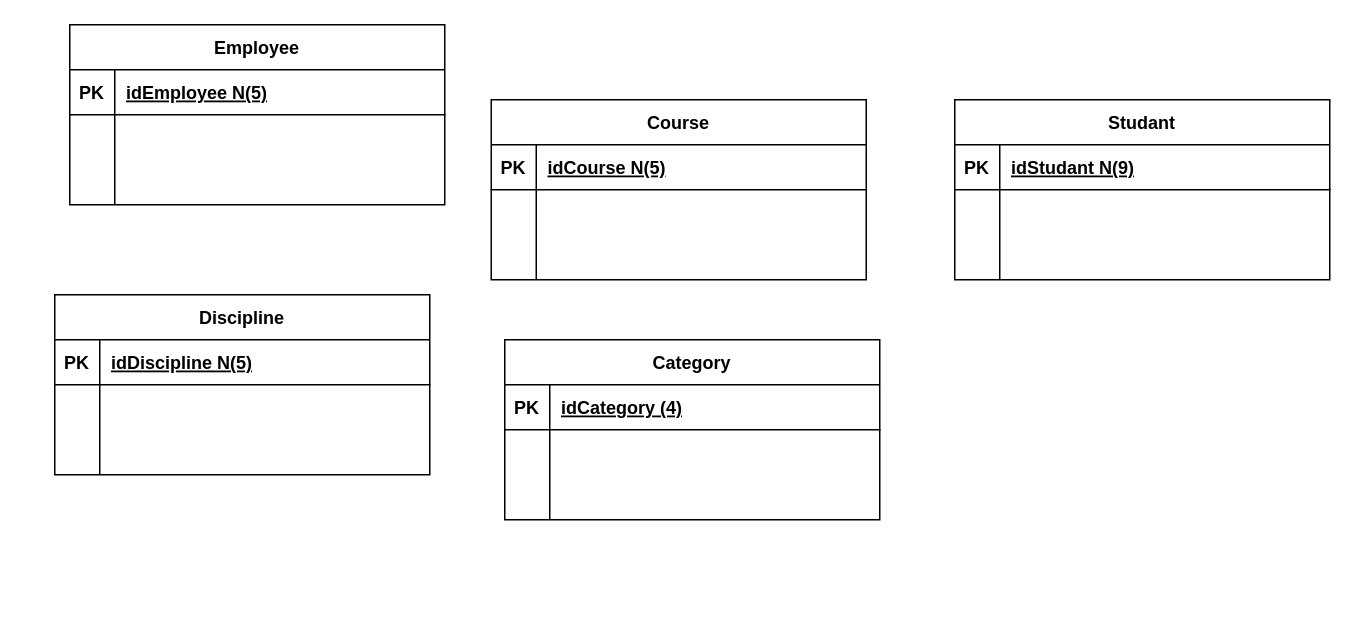
The draw.io diagram diagram_database_course_manager_system.drawio in JonazOliveira/course-manager-system, before the edit. Source tidied: cells renumbered, new cells numbered last; positions are measured from the earlier drawing's top-left corner, leaving out a move shared by most shapes. Both pictures are drawn from the tidied source at 150%, with x=0, y=0 at pixel (54, 24).
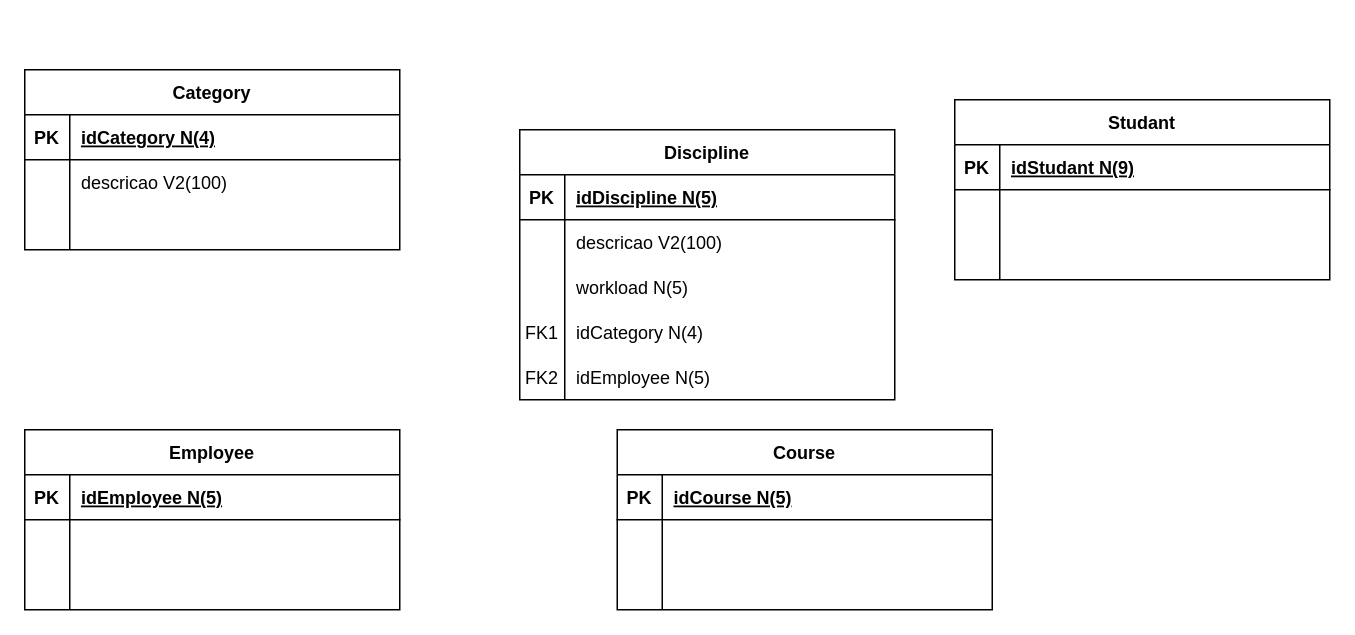
After the change.

Unchanged cells that the change refers to:
```xml
<mxCell id="36" style="shape=partialRectangle;fillColor=none;top=0;left=0;right=0;bottom=0;" parent="32" vertex="1">
  <mxGeometry y="60" width="250" height="30" as="geometry" />
</mxCell>
<mxCell id="39" style="shape=partialRectangle;fillColor=none;top=0;left=0;right=0;bottom=0;" parent="32" vertex="1">
  <mxGeometry y="90" width="250" height="30" as="geometry" />
</mxCell>
<mxCell id="43" style="shape=partialRectangle;fillColor=none;top=0;left=0;right=0;bottom=1;" parent="42" vertex="1">
  <mxGeometry y="30" width="250" height="30" as="geometry" />
</mxCell>
<mxCell id="46" style="shape=partialRectangle;fillColor=none;top=0;left=0;right=0;bottom=0;" parent="42" vertex="1">
  <mxGeometry y="60" width="250" height="30" as="geometry" />
</mxCell>
```

Change to the diagram source:
```diff
@@
     <mxCell id="2" value="Course" style="shape=table;startSize=30;childLayout=tableLayout;rowLines=0;fontStyle=1;align=center;" parent="1" vertex="1">
-      <mxGeometry x="291" y="50" width="250" height="120" as="geometry" />
+      <mxGeometry x="375" y="270" width="250" height="120" as="geometry" />
     </mxCell>
@@
     <mxCell id="12" value="Employee" style="shape=table;startSize=30;childLayout=tableLayout;rowLines=0;fontStyle=1;align=center;" parent="1" vertex="1">
-      <mxGeometry x="10" width="250" height="120" as="geometry" />
+      <mxGeometry x="-20" y="270" width="250" height="120" as="geometry" />
     </mxCell>
@@
     <mxCell id="32" value="Discipline" style="shape=table;startSize=30;childLayout=tableLayout;rowLines=0;fontStyle=1;align=center;" parent="1" vertex="1">
-      <mxGeometry y="180" width="250" height="120" as="geometry" />
+      <mxGeometry x="310" y="70" width="250" height="180" as="geometry" />
     </mxCell>
@@
-    <mxCell id="38" style="shape=partialRectangle;overflow=hidden;fillColor=none;top=0;left=0;bottom=0;right=0;align=left;spacingLeft=6;" parent="36" vertex="1">
+    <mxCell id="38" value="descricao V2(100)" style="shape=partialRectangle;overflow=hidden;fillColor=none;top=0;left=0;bottom=0;right=0;align=left;spacingLeft=6;" parent="36" vertex="1">
       <mxGeometry x="30" width="220" height="30" as="geometry" />
     </mxCell>
@@
-    <mxCell id="41" style="shape=partialRectangle;overflow=hidden;fillColor=none;top=0;left=0;bottom=0;right=0;align=left;spacingLeft=6;" parent="39" vertex="1">
+    <mxCell id="41" value="workload N(5)" style="shape=partialRectangle;overflow=hidden;fillColor=none;top=0;left=0;bottom=0;right=0;align=left;spacingLeft=6;" parent="39" vertex="1">
       <mxGeometry x="30" width="220" height="30" as="geometry" />
     </mxCell>
+    <mxCell id="52" style="shape=partialRectangle;fillColor=none;top=0;left=0;right=0;bottom=0;" parent="32" vertex="1">
+      <mxGeometry y="120" width="250" height="30" as="geometry" />
+    </mxCell>
+    <mxCell id="53" value="FK1" style="shape=partialRectangle;overflow=hidden;fillColor=none;top=0;left=0;bottom=0;right=0;" parent="52" vertex="1">
+      <mxGeometry width="30" height="30" as="geometry" />
+    </mxCell>
+    <mxCell id="54" value="idCategory N(4)" style="shape=partialRectangle;overflow=hidden;fillColor=none;top=0;left=0;bottom=0;right=0;align=left;spacingLeft=6;" parent="52" vertex="1">
+      <mxGeometry x="30" width="220" height="30" as="geometry" />
+    </mxCell>
+    <mxCell id="55" style="shape=partialRectangle;fillColor=none;top=0;left=0;right=0;bottom=0;" parent="32" vertex="1">
+      <mxGeometry y="150" width="250" height="30" as="geometry" />
+    </mxCell>
+    <mxCell id="56" value="FK2" style="shape=partialRectangle;overflow=hidden;fillColor=none;top=0;left=0;bottom=0;right=0;" parent="55" vertex="1">
+      <mxGeometry width="30" height="30" as="geometry" />
+    </mxCell>
+    <mxCell id="57" value="idEmployee N(5)" style="shape=partialRectangle;overflow=hidden;fillColor=none;top=0;left=0;bottom=0;right=0;align=left;spacingLeft=6;" parent="55" vertex="1">
+      <mxGeometry x="30" width="220" height="30" as="geometry" />
+    </mxCell>
     <mxCell id="42" value="Category" style="shape=table;startSize=30;childLayout=tableLayout;rowLines=0;fontStyle=1;align=center;" parent="1" vertex="1">
-      <mxGeometry x="300" y="210" width="250" height="120" as="geometry" />
+      <mxGeometry x="-20" y="30" width="250" height="120" as="geometry" />
     </mxCell>
@@
-    <mxCell id="45" value="idCategory (4)" style="shape=partialRectangle;overflow=hidden;fillColor=none;top=0;left=0;bottom=0;right=0;align=left;spacingLeft=6;fontStyle=5;" parent="43" vertex="1">
+    <mxCell id="45" value="idCategory N(4)" style="shape=partialRectangle;overflow=hidden;fillColor=none;top=0;left=0;bottom=0;right=0;align=left;spacingLeft=6;fontStyle=5;" parent="43" vertex="1">
       <mxGeometry x="30" width="220" height="30" as="geometry" />
     </mxCell>
@@
-    <mxCell id="48" style="shape=partialRectangle;overflow=hidden;fillColor=none;top=0;left=0;bottom=0;right=0;align=left;spacingLeft=6;" parent="46" vertex="1">
+    <mxCell id="48" value="descricao V2(100)" style="shape=partialRectangle;overflow=hidden;fillColor=none;top=0;left=0;bottom=0;right=0;align=left;spacingLeft=6;" parent="46" vertex="1">
       <mxGeometry x="30" width="220" height="30" as="geometry" />
     </mxCell>
```
